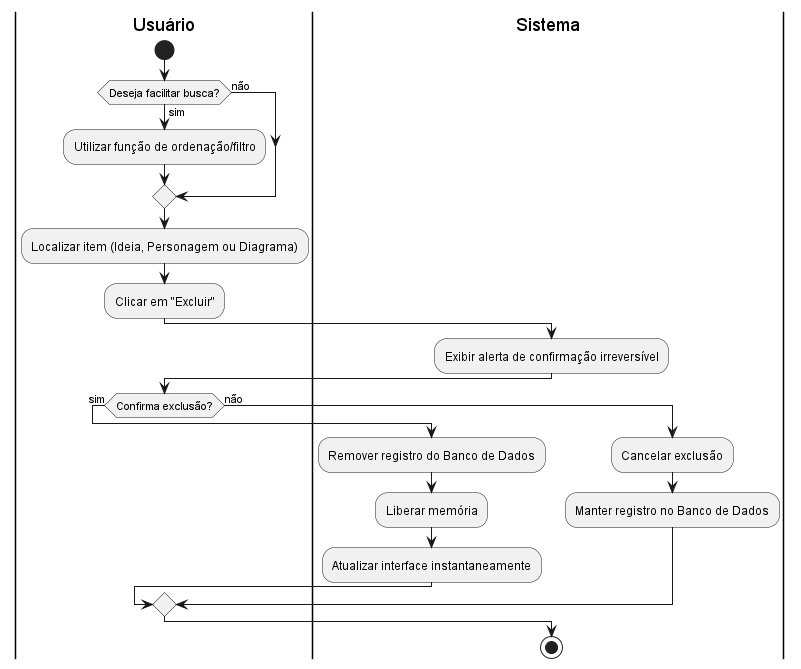
Before: docs/casosUso/imagens/diagramas_atividade/diagrama_UC15.png, a diagram exported from PlantUML (aspiringluke/Projeto-Integrado-Mobile). Source of this version:
```plantuml
@startuml diagrama_UC15

|Usuário|
start

if (Deseja facilitar busca?) then (sim)
  :Utilizar função de ordenação/filtro;
else (não)
endif
:Localizar item (Ideia, Personagem ou Diagrama);
:Clicar em "Excluir";
|Sistema|
:Exibir alerta de confirmação irreversível;
|Usuário|

if (Confirma exclusão?) then (sim)
  |Sistema|
  :Remover registro do Banco de Dados;
  :Liberar memória;
  :Atualizar interface instantaneamente;
else (não)
  :Cancelar exclusão;
  :Manter registro no Banco de Dados;
endif

stop
@enduml
```
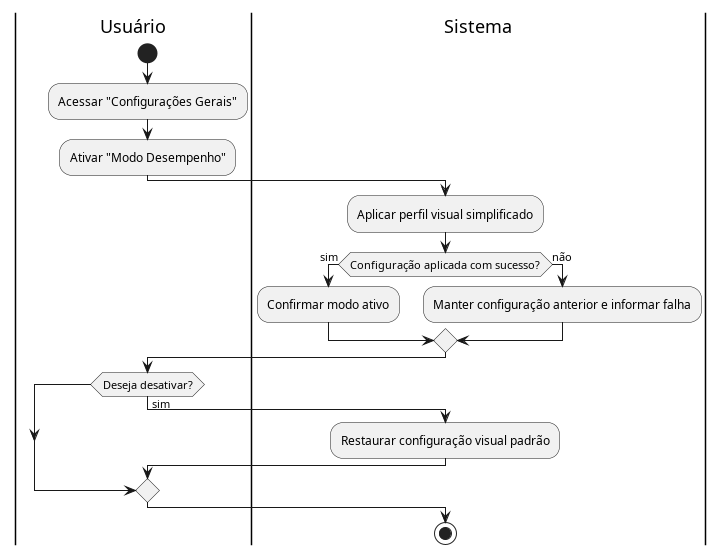
The same file after the commit.

What changed in the source:
```diff
@@ -2,25 +2,22 @@
 
 |Usuário|
 start
+:Acessar "Configurações Gerais";
+:Ativar "Modo Desempenho";
 
-if (Deseja facilitar busca?) then (sim)
-  :Utilizar função de ordenação/filtro;
+|Sistema|
+:Aplicar perfil visual simplificado;
+
+if (Configuração aplicada com sucesso?) then (sim)
+  :Confirmar modo ativo;
 else (não)
+  :Manter configuração anterior e informar falha;
 endif
-:Localizar item (Ideia, Personagem ou Diagrama);
-:Clicar em "Excluir";
-|Sistema|
-:Exibir alerta de confirmação irreversível;
+
 |Usuário|
-
-if (Confirma exclusão?) then (sim)
+if (Deseja desativar?) then (sim)
   |Sistema|
-  :Remover registro do Banco de Dados;
-  :Liberar memória;
-  :Atualizar interface instantaneamente;
-else (não)
-  :Cancelar exclusão;
-  :Manter registro no Banco de Dados;
+  :Restaurar configuração visual padrão;
 endif
 
 stop
```
